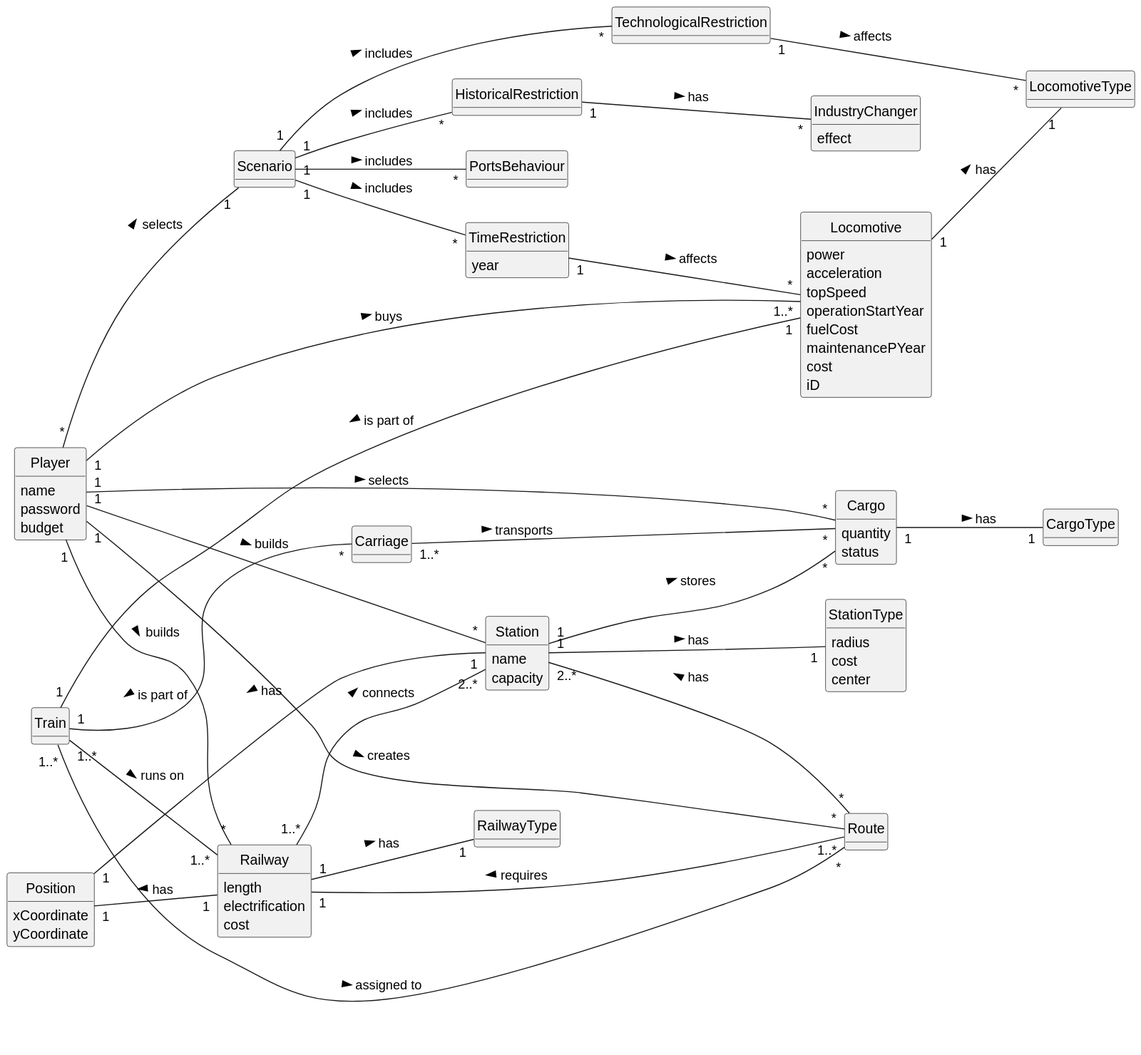
This is Sprint2/US010/02.analysis/svg/US010-DM.svg from 1240935/pi2-railway-simulator, a PlantUML export, as it was before one commit.
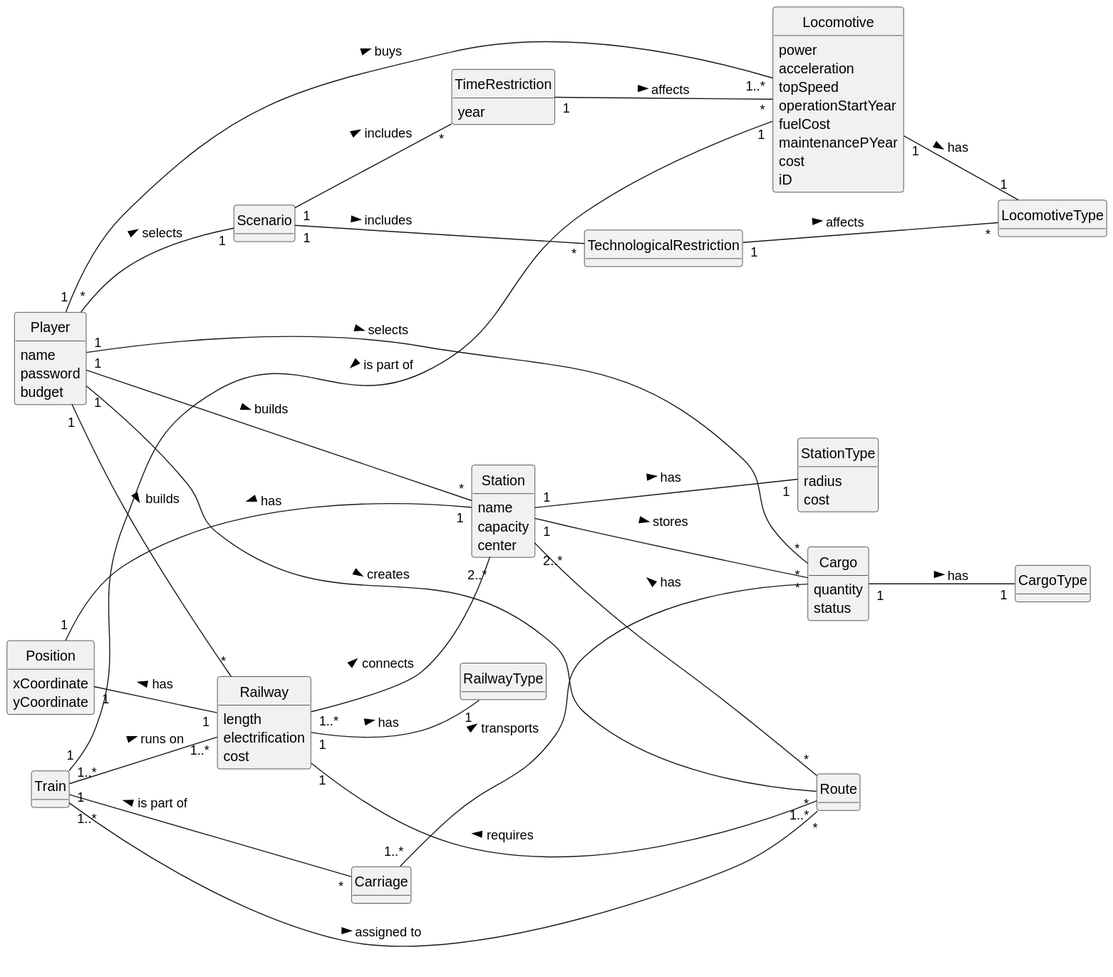
Later version of the same file.

The edit, as a diff of the source:
```diff
@@ -34,12 +34,12 @@
 class Station {
     name
     capacity
+    center
 }
 
 class StationType{
     radius
     cost
-    center
 }
 
 class Cargo {
@@ -70,21 +70,11 @@
 class Carriage{
 }
 
-class HistoricalRestriction{
-}
-
 class TimeRestriction{
     year
 }
 
 class TechnologicalRestriction{
-}
-
-class PortsBehaviour{
-}
-
-class IndustryChanger{
-    effect
 }
 
 Player "*" -- "1" Scenario : selects >
@@ -94,14 +84,11 @@
 Player "1" -- "*"  Cargo : selects >
 Player "1" -- "1..*" Locomotive : buys >
 
-Scenario "1" -- "*" HistoricalRestriction: includes >
 Scenario "1" -- "*" TechnologicalRestriction: includes >
 Scenario "1" -- "*" TimeRestriction: includes >
-Scenario "1" -- "*" PortsBehaviour: includes >
 
 TimeRestriction "1" -- "*" Locomotive: affects >
 TechnologicalRestriction "1" -- "*" LocomotiveType: affects >
-HistoricalRestriction "1" -- "*" IndustryChanger: has >
 
 Position "1" -- "1" Station: has <
 Position "1" -- "1" Railway: has <
```
